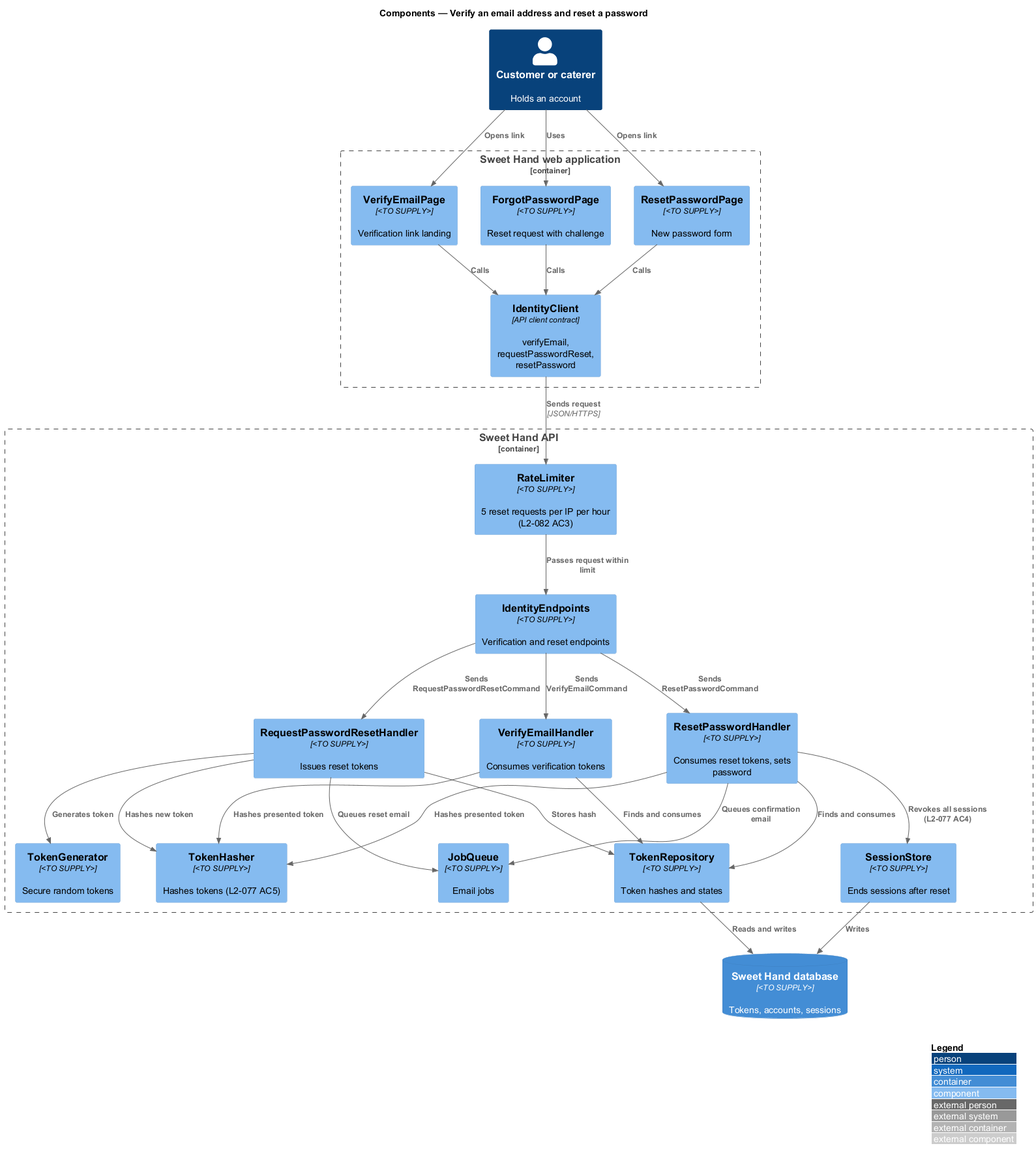
This is docs/detailed-designs/identity-and-security/verify-email-and-reset-password/diagrams/c4-component.png from QuinntyneBrown/sweet-hand, a PlantUML export, as it was before one commit. Its diagram source:
```plantuml
@startuml
!include <C4/C4_Component>
LAYOUT_WITH_LEGEND()
title Components — Verify an email address and reset a password

Person(user, "Customer or caterer", "Holds an account")
Container_Boundary(web, "Sweet Hand web application") {
  Component(verify, "VerifyEmailPage", "<TO SUPPLY>", "Verification link landing")
  Component(forgot, "ForgotPasswordPage", "<TO SUPPLY>", "Reset request with challenge")
  Component(reset, "ResetPasswordPage", "<TO SUPPLY>", "New password form")
  Component(client, "IdentityClient", "API client contract", "verifyEmail, requestPasswordReset, resetPassword")
}
Container_Boundary(api, "Sweet Hand API") {
  Component(endpoints, "IdentityEndpoints", "<TO SUPPLY>", "Verification and reset endpoints")
  Component(limiter, "RateLimiter", "<TO SUPPLY>", "5 reset requests per IP per hour (L2-082 AC3)")
  Component(verifyh, "VerifyEmailHandler", "<TO SUPPLY>", "Consumes verification tokens")
  Component(requesth, "RequestPasswordResetHandler", "<TO SUPPLY>", "Issues reset tokens")
  Component(reseth, "ResetPasswordHandler", "<TO SUPPLY>", "Consumes reset tokens, sets password")
  Component(gen, "TokenGenerator", "<TO SUPPLY>", "Secure random tokens")
  Component(th, "TokenHasher", "<TO SUPPLY>", "Hashes tokens (L2-077 AC5)")
  Component(tokens, "TokenRepository", "<TO SUPPLY>", "Token hashes and states")
  Component(sessions, "SessionStore", "<TO SUPPLY>", "Ends sessions after reset")
  Component(jobs, "JobQueue", "<TO SUPPLY>", "Email jobs")
}
ContainerDb(db, "Sweet Hand database", "<TO SUPPLY>", "Tokens, accounts, sessions")

Rel(user, verify, "Opens link")
Rel(user, forgot, "Uses")
Rel(user, reset, "Opens link")
Rel(verify, client, "Calls")
Rel(forgot, client, "Calls")
Rel(reset, client, "Calls")
Rel(client, limiter, "Sends request", "JSON/HTTPS")
Rel(limiter, endpoints, "Passes request within limit")
Rel(endpoints, verifyh, "Sends VerifyEmailCommand")
Rel(endpoints, requesth, "Sends RequestPasswordResetCommand")
Rel(endpoints, reseth, "Sends ResetPasswordCommand")
Rel(requesth, gen, "Generates token")
Rel(verifyh, th, "Hashes presented token")
Rel(reseth, th, "Hashes presented token")
Rel(requesth, th, "Hashes new token")
Rel(verifyh, tokens, "Finds and consumes")
Rel(requesth, tokens, "Stores hash")
Rel(reseth, tokens, "Finds and consumes")
Rel(reseth, sessions, "Revokes all sessions (L2-077 AC4)")
Rel(requesth, jobs, "Queues reset email")
Rel(reseth, jobs, "Queues confirmation email")
Rel(tokens, db, "Reads and writes")
Rel(sessions, db, "Writes")
@enduml
```
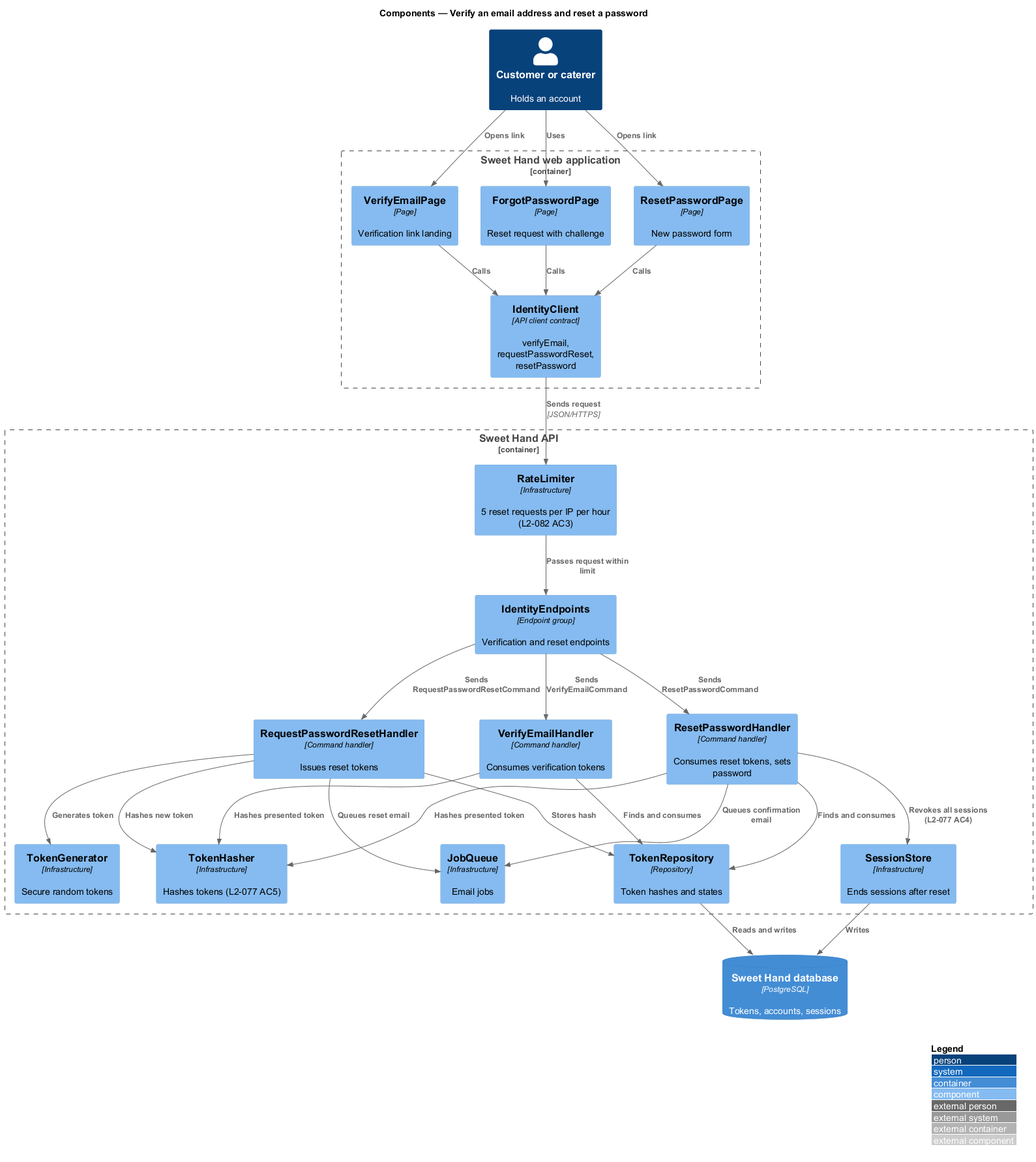
After the change.

The edit, as a diff of the source:
```diff
@@ -5,24 +5,24 @@
 
 Person(user, "Customer or caterer", "Holds an account")
 Container_Boundary(web, "Sweet Hand web application") {
-  Component(verify, "VerifyEmailPage", "<TO SUPPLY>", "Verification link landing")
-  Component(forgot, "ForgotPasswordPage", "<TO SUPPLY>", "Reset request with challenge")
-  Component(reset, "ResetPasswordPage", "<TO SUPPLY>", "New password form")
+  Component(verify, "VerifyEmailPage", "Page", "Verification link landing")
+  Component(forgot, "ForgotPasswordPage", "Page", "Reset request with challenge")
+  Component(reset, "ResetPasswordPage", "Page", "New password form")
   Component(client, "IdentityClient", "API client contract", "verifyEmail, requestPasswordReset, resetPassword")
 }
 Container_Boundary(api, "Sweet Hand API") {
-  Component(endpoints, "IdentityEndpoints", "<TO SUPPLY>", "Verification and reset endpoints")
-  Component(limiter, "RateLimiter", "<TO SUPPLY>", "5 reset requests per IP per hour (L2-082 AC3)")
-  Component(verifyh, "VerifyEmailHandler", "<TO SUPPLY>", "Consumes verification tokens")
-  Component(requesth, "RequestPasswordResetHandler", "<TO SUPPLY>", "Issues reset tokens")
-  Component(reseth, "ResetPasswordHandler", "<TO SUPPLY>", "Consumes reset tokens, sets password")
-  Component(gen, "TokenGenerator", "<TO SUPPLY>", "Secure random tokens")
-  Component(th, "TokenHasher", "<TO SUPPLY>", "Hashes tokens (L2-077 AC5)")
-  Component(tokens, "TokenRepository", "<TO SUPPLY>", "Token hashes and states")
-  Component(sessions, "SessionStore", "<TO SUPPLY>", "Ends sessions after reset")
-  Component(jobs, "JobQueue", "<TO SUPPLY>", "Email jobs")
+  Component(endpoints, "IdentityEndpoints", "Endpoint group", "Verification and reset endpoints")
+  Component(limiter, "RateLimiter", "Infrastructure", "5 reset requests per IP per hour (L2-082 AC3)")
+  Component(verifyh, "VerifyEmailHandler", "Command handler", "Consumes verification tokens")
+  Component(requesth, "RequestPasswordResetHandler", "Command handler", "Issues reset tokens")
+  Component(reseth, "ResetPasswordHandler", "Command handler", "Consumes reset tokens, sets password")
+  Component(gen, "TokenGenerator", "Infrastructure", "Secure random tokens")
+  Component(th, "TokenHasher", "Infrastructure", "Hashes tokens (L2-077 AC5)")
+  Component(tokens, "TokenRepository", "Repository", "Token hashes and states")
+  Component(sessions, "SessionStore", "Infrastructure", "Ends sessions after reset")
+  Component(jobs, "JobQueue", "Infrastructure", "Email jobs")
 }
-ContainerDb(db, "Sweet Hand database", "<TO SUPPLY>", "Tokens, accounts, sessions")
+ContainerDb(db, "Sweet Hand database", "PostgreSQL", "Tokens, accounts, sessions")
 
 Rel(user, verify, "Opens link")
 Rel(user, forgot, "Uses")
```
